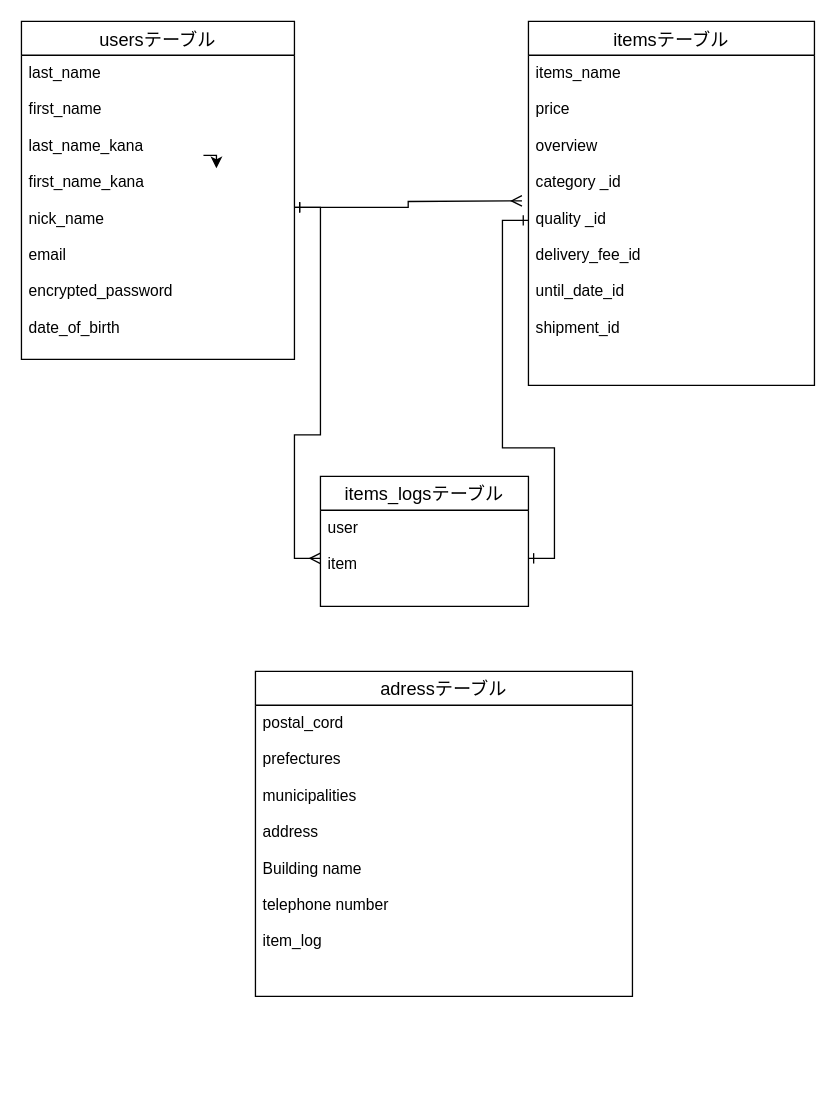
The draw.io diagram furima-36595.dio in ohgihara/furima-36595, before the edit. Source tidied: cells renumbered, new cells numbered last; positions are measured from the earlier drawing's top-left corner, leaving out a move shared by most shapes. Both pictures are drawn from the tidied source at 130%, with x=0, y=0 at pixel (21, 21).
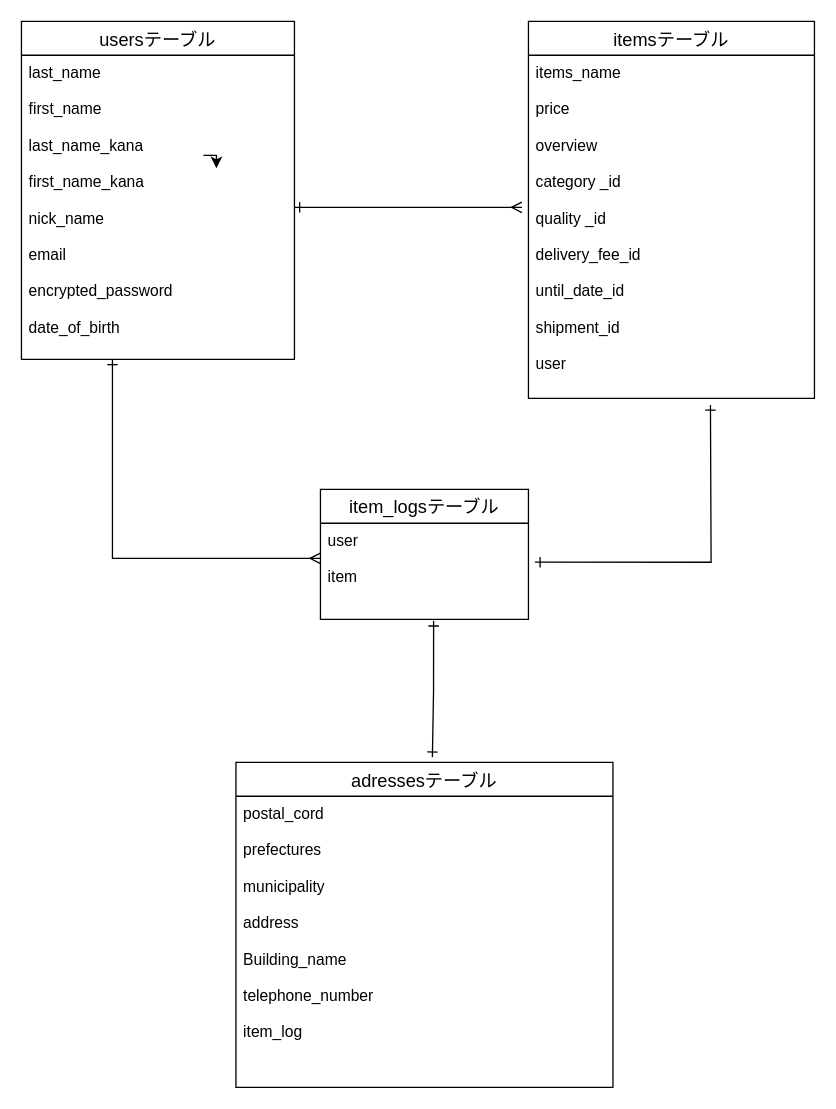
Above is the later version.

Commit message (it also covers changes not shown here):
WR図・READ.MEの修正(5回目)

The edit, as a diff of the source:
```diff
@@
 <mxGraphModel>
   <root>
     <mxCell id="0" />
     <mxCell id="1" parent="0" />
-    <mxCell id="2" value="items_logsテーブル" style="swimlane;fontStyle=0;horizontal=1;startSize=26;align=center;fontSize=14;" parent="1" vertex="1">
-      <mxGeometry x="230" y="350" width="160" height="100" as="geometry" />
+    <mxCell id="2" value="item_logsテーブル" style="swimlane;fontStyle=0;horizontal=1;startSize=26;align=center;fontSize=14;" parent="1" vertex="1">
+      <mxGeometry x="230" y="360" width="160" height="100" as="geometry" />
     </mxCell>
     <mxCell id="3" value="user &#10;&#10;item" style="text;strokeColor=none;fillColor=none;spacingLeft=4;spacingRight=4;overflow=hidden;points=[[0,0.5],[1,0.5]];portConstraint=eastwest;fontSize=12;" parent="2" vertex="1">
       <mxGeometry y="26" width="160" height="74" as="geometry" />
     </mxCell>
-    <mxCell id="4" value="adressテーブル" style="swimlane;fontStyle=0;horizontal=1;startSize=26;align=center;fontSize=14;" parent="1" vertex="1">
-      <mxGeometry x="180" y="500" width="290" height="250" as="geometry" />
+    <mxCell id="4" value="adressesテーブル" style="swimlane;fontStyle=0;horizontal=1;startSize=26;align=center;fontSize=14;" parent="1" vertex="1">
+      <mxGeometry x="165" y="570" width="290" height="250" as="geometry" />
     </mxCell>
-    <mxCell id="5" value="postal_cord &#10;&#10;prefectures&#10;&#10;municipalities &#10;&#10;address &#10;&#10;Building name &#10;&#10;telephone number&#10;&#10;item_log " style="text;strokeColor=none;fillColor=none;spacingLeft=4;spacingRight=4;overflow=hidden;fontSize=12;" parent="4" vertex="1">
+    <mxCell id="5" value="postal_cord &#10;&#10;prefectures&#10;&#10;municipality &#10;&#10;address &#10;&#10;Building_name &#10;&#10;telephone_number&#10;&#10;item_log " style="text;strokeColor=none;fillColor=none;spacingLeft=4;spacingRight=4;overflow=hidden;fontSize=12;" parent="4" vertex="1">
       <mxGeometry y="26" width="290" height="224" as="geometry" />
     </mxCell>
     <mxCell id="6" style="edgeStyle=orthogonalEdgeStyle;rounded=0;orthogonalLoop=1;jettySize=auto;html=1;" parent="1" edge="1">
       <mxGeometry relative="1" as="geometry">
         <mxPoint x="140" y="103" as="sourcePoint" />
         <mxPoint x="150" y="113" as="targetPoint" />
       </mxGeometry>
     </mxCell>
     <mxCell id="7" value="usersテーブル" style="swimlane;fontStyle=0;horizontal=1;startSize=26;align=center;fontSize=14;" parent="1" vertex="1">
       <mxGeometry width="210" height="260" as="geometry" />
     </mxCell>
     <mxCell id="8" value="last_name &#10;&#10;first_name &#10;&#10;last_name_kana &#10;&#10;first_name_kana &#10;&#10;nick_name &#10;&#10;email &#10;&#10;encrypted_password&#10; &#10;date_of_birth" style="text;strokeColor=none;fillColor=none;spacingLeft=4;spacingRight=4;overflow=hidden;points=[[0,0.5],[1,0.5]];portConstraint=eastwest;fontSize=12;" parent="7" vertex="1">
       <mxGeometry y="26" width="210" height="234" as="geometry" />
     </mxCell>
     <mxCell id="9" value="itemsテーブル" style="swimlane;fontStyle=0;horizontal=1;startSize=26;align=center;fontSize=14;" parent="1" vertex="1">
-      <mxGeometry x="390" width="220" height="280" as="geometry" />
+      <mxGeometry x="390" width="220" height="290" as="geometry" />
     </mxCell>
-    <mxCell id="10" value=" items_name&#10;&#10;price&#10; &#10;overview&#10; &#10;category _id&#10;&#10;quality _id&#10;&#10;delivery_fee_id&#10;&#10;until_date_id&#10;&#10;shipment_id&#10;" style="text;strokeColor=none;fillColor=none;spacingLeft=4;spacingRight=4;overflow=hidden;points=[[0,0.5],[1,0.5]];portConstraint=eastwest;fontSize=12;" parent="9" vertex="1">
-      <mxGeometry y="26" width="220" height="254" as="geometry" />
+    <mxCell id="10" value=" items_name&#10;&#10;price&#10; &#10;overview&#10; &#10;category _id&#10;&#10;quality _id&#10;&#10;delivery_fee_id&#10;&#10;until_date_id&#10;&#10;shipment_id&#10;&#10;user&#10;" style="text;strokeColor=none;fillColor=none;spacingLeft=4;spacingRight=4;overflow=hidden;points=[[0,0.5],[1,0.5]];portConstraint=eastwest;fontSize=12;" parent="9" vertex="1">
+      <mxGeometry y="26" width="220" height="264" as="geometry" />
     </mxCell>
     <mxCell id="11" style="edgeStyle=orthogonalEdgeStyle;rounded=0;jettySize=auto;html=1;startArrow=ERone;startFill=0;endArrow=ERmany;endFill=0;verticalAlign=bottom;" parent="1" edge="1" source="8">
       <mxGeometry relative="1" as="geometry">
-        <mxPoint x="385" y="138" as="targetPoint" />
+        <mxPoint x="385" y="143" as="targetPoint" />
+        <Array as="points">
+          <mxPoint x="385" y="143" />
+        </Array>
       </mxGeometry>
     </mxCell>
     <mxCell id="12" style="edgeStyle=orthogonalEdgeStyle;rounded=0;jettySize=auto;html=1;startArrow=ERone;startFill=0;endArrow=ERmany;endFill=0;verticalAlign=bottom;" parent="1" edge="1" source="8" target="3">
-      <mxGeometry relative="1" as="geometry" />
+      <mxGeometry relative="1" as="geometry">
+        <Array as="points">
+          <mxPoint x="70" y="413" />
+        </Array>
+      </mxGeometry>
     </mxCell>
-    <mxCell id="13" style="edgeStyle=orthogonalEdgeStyle;rounded=0;jettySize=auto;html=1;startArrow=ERone;startFill=0;endArrow=ERone;endFill=0;verticalAlign=bottom;" parent="1" edge="1" source="10" target="3">
-      <mxGeometry relative="1" as="geometry" />
+    <mxCell id="13" style="edgeStyle=orthogonalEdgeStyle;rounded=0;jettySize=auto;html=1;startArrow=ERone;startFill=0;endArrow=ERone;endFill=0;verticalAlign=bottom;entryX=1.031;entryY=0.405;entryDx=0;entryDy=0;entryPerimeter=0;" parent="1" edge="1" target="3">
+      <mxGeometry relative="1" as="geometry">
+        <mxPoint x="530" y="295" as="sourcePoint" />
+      </mxGeometry>
     </mxCell>
+    <mxCell id="14" style="edgeStyle=orthogonalEdgeStyle;rounded=0;jettySize=auto;html=1;entryX=0.521;entryY=-0.016;entryDx=0;entryDy=0;entryPerimeter=0;exitX=0.544;exitY=1.014;exitDx=0;exitDy=0;exitPerimeter=0;startArrow=ERone;startFill=0;endArrow=ERone;endFill=0;" parent="1" edge="1" source="3" target="4">
+      <mxGeometry relative="1" as="geometry" />
+    </mxCell>
   </root>
 </mxGraphModel>
```
